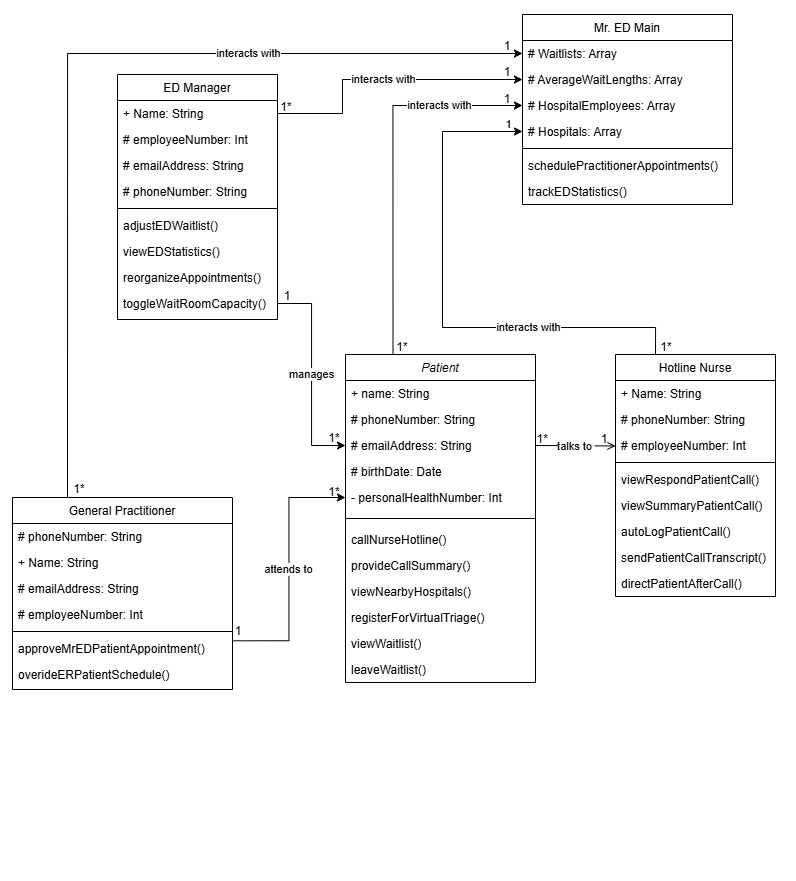
Above: AmirWork/M3/Mister_ED_ClassDiagram.drawio.png in SENG-350-2024-fall/Team9 (draw.io), before the change. Source tidied: cells renumbered, new cells last; positions are measured from the earlier drawing's top-left corner, leaving out a move shared by most shapes.
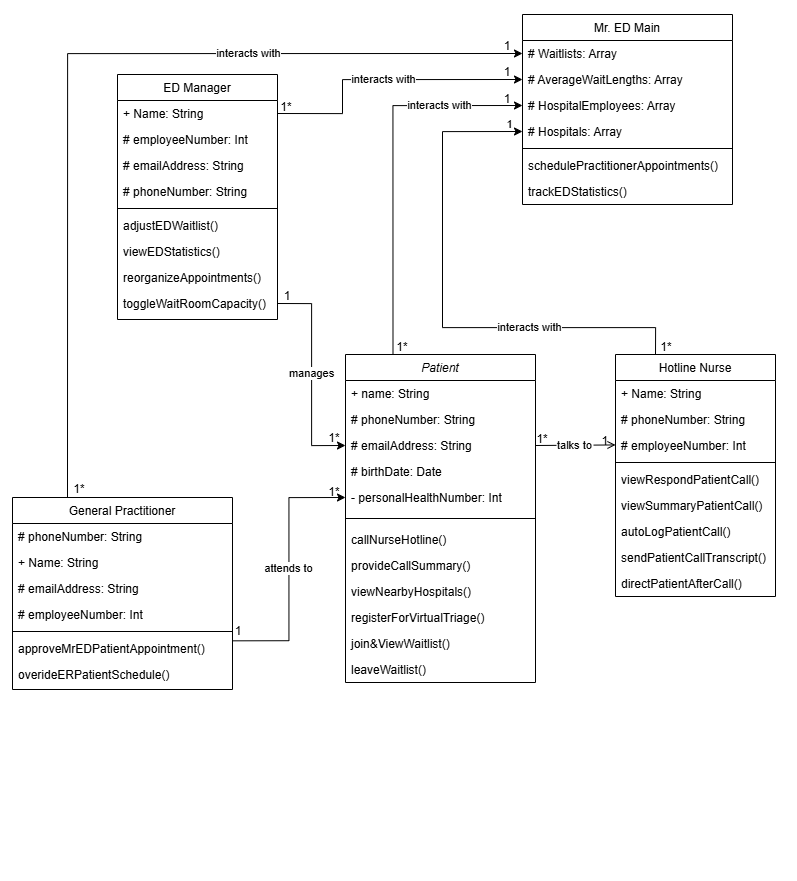
Later version of the same file.

The edit, as a diff of the source:
```diff
@@ -51,7 +51,7 @@
     <mxCell id="16" value="registerForVirtualTriage()&#10;" style="text;align=left;verticalAlign=top;spacingLeft=4;spacingRight=4;overflow=hidden;" parent="6" vertex="1">
       <mxGeometry y="250" width="190" height="26" as="geometry" />
     </mxCell>
-    <mxCell id="17" value="viewWaitlist()&#10;" style="text;align=left;verticalAlign=top;spacingLeft=4;spacingRight=4;overflow=hidden;" parent="6" vertex="1">
+    <mxCell id="17" value="join&amp;ViewWaitlist()&#10;" style="text;align=left;verticalAlign=top;spacingLeft=4;spacingRight=4;overflow=hidden;" parent="6" vertex="1">
       <mxGeometry y="276" width="190" height="26" as="geometry" />
     </mxCell>
     <mxCell id="18" value="leaveWaitlist()&#10;" style="text;align=left;verticalAlign=top;spacingLeft=4;spacingRight=4;overflow=hidden;" parent="6" vertex="1">
```
